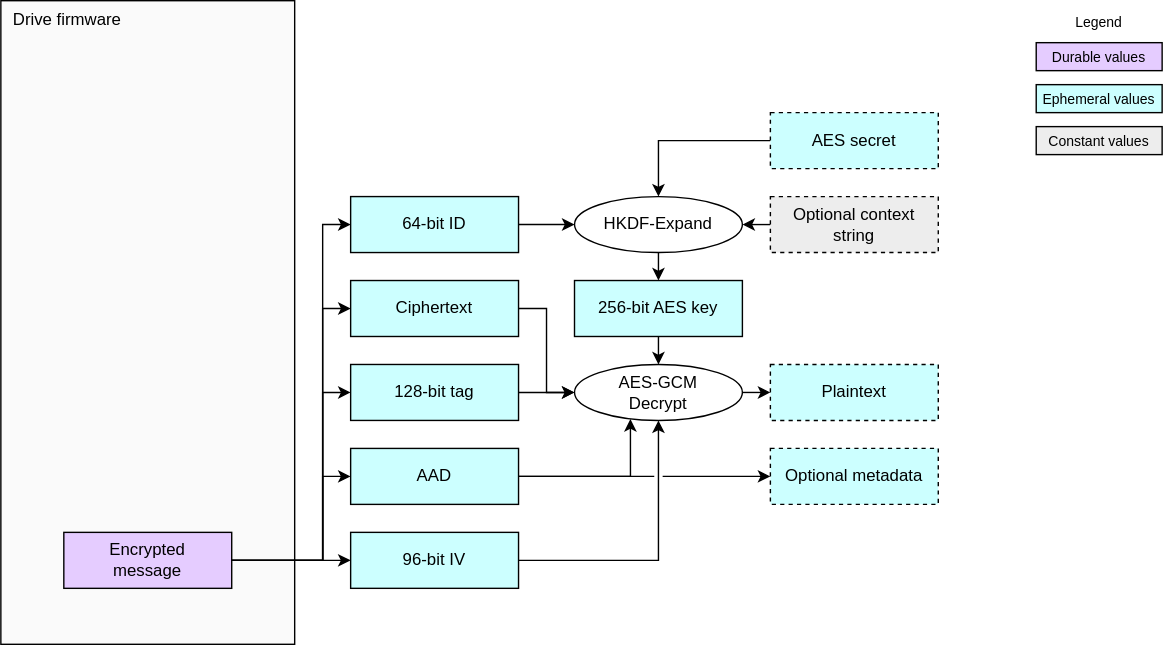
This is doc/ocp_lock/diagrams/preconditioned_aes_decrypt.drawio.svg from chipsalliance/Caliptra, a draw.io export, as it was before one commit. Source tidied: cells renumbered, new cells last; positions are measured from the earlier drawing's top-left corner, leaving out a move shared by most shapes.
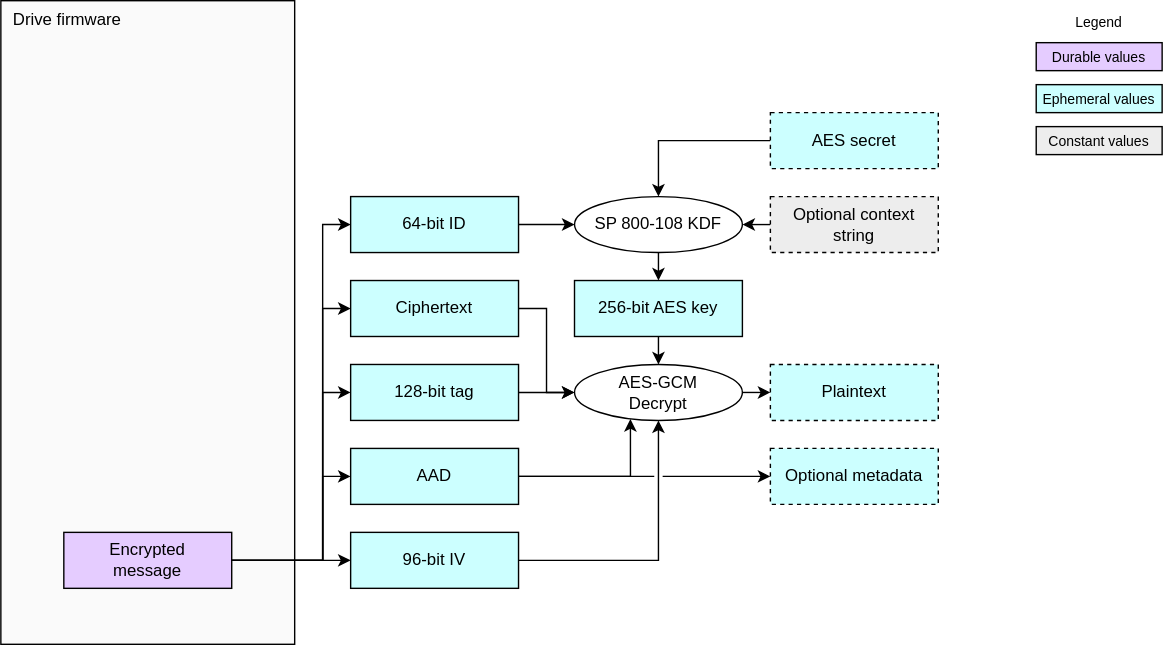
The same file after the commit.

Diff of the diagram source:
```diff
@@ -63,7 +63,7 @@
     <mxCell id="18" style="edgeStyle=orthogonalEdgeStyle;endArrow=classic;html=1;rounded=0;endSize=6;startSize=6;exitX=0;exitY=0.5;exitDx=0;exitDy=0;entryX=0.5;entryY=0;entryDx=0;entryDy=0;" parent="1" edge="1" source="20" target="19">
       <mxGeometry relative="1" as="geometry" />
     </mxCell>
-    <mxCell id="19" value="HKDF-Expand" style="ellipse;whiteSpace=wrap;html=1;fillColor=#FFFFFF;" parent="1" vertex="1">
+    <mxCell id="19" value="SP 800-108 KDF" style="ellipse;whiteSpace=wrap;html=1;fillColor=#FFFFFF;" parent="1" vertex="1">
       <mxGeometry x="410" y="140" width="120" height="40" as="geometry" />
     </mxCell>
     <mxCell id="20" value="AES secret" style="rounded=0;whiteSpace=wrap;html=1;align=center;verticalAlign=middle;shadow=0;glass=0;spacingLeft=0;spacingBottom=0;spacingTop=0;fillColor=#CCFFFF;dashed=1;" parent="1" vertex="1">
```
